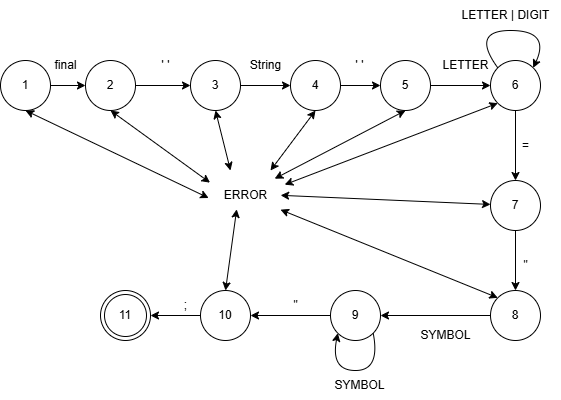
Vikoops/NewCompiler keeps this draw.io diagram as NewCompiler/Resources/Граф.drawio .png. Above is the earlier version. Source tidied: cells renumbered, new cells last; positions are measured from the earlier drawing's top-left corner, leaving out a move shared by most shapes. The source it was exported from:
```xml
<mxGraphModel>
  <root>
    <mxCell id="0" />
    <mxCell id="1" parent="0" />
    <mxCell id="2" style="edgeStyle=orthogonalEdgeStyle;rounded=0;jettySize=auto;html=1;exitX=1;exitY=0.5;exitDx=0;exitDy=0;entryX=0;entryY=0.5;entryDx=0;entryDy=0;" parent="1" edge="1" source="3" target="5">
      <mxGeometry relative="1" as="geometry" />
    </mxCell>
    <mxCell id="3" value="1" style="ellipse;whiteSpace=wrap;html=1;" parent="1" vertex="1">
      <mxGeometry y="60" width="50" height="50" as="geometry" />
    </mxCell>
    <mxCell id="4" style="edgeStyle=orthogonalEdgeStyle;rounded=0;jettySize=auto;html=1;exitX=1;exitY=0.5;exitDx=0;exitDy=0;entryX=0;entryY=0.5;entryDx=0;entryDy=0;" parent="1" edge="1" source="5" target="7">
      <mxGeometry relative="1" as="geometry" />
    </mxCell>
    <mxCell id="5" value="2" style="ellipse;whiteSpace=wrap;html=1;" parent="1" vertex="1">
      <mxGeometry x="85" y="60" width="50" height="50" as="geometry" />
    </mxCell>
    <mxCell id="6" style="edgeStyle=orthogonalEdgeStyle;rounded=0;jettySize=auto;html=1;exitX=1;exitY=0.5;exitDx=0;exitDy=0;entryX=0;entryY=0.5;entryDx=0;entryDy=0;" parent="1" edge="1" source="7" target="9">
      <mxGeometry relative="1" as="geometry" />
    </mxCell>
    <mxCell id="7" value="3" style="ellipse;whiteSpace=wrap;html=1;" parent="1" vertex="1">
      <mxGeometry x="190" y="60" width="50" height="50" as="geometry" />
    </mxCell>
    <mxCell id="8" style="edgeStyle=orthogonalEdgeStyle;rounded=0;jettySize=auto;html=1;exitX=1;exitY=0.5;exitDx=0;exitDy=0;entryX=0;entryY=0.5;entryDx=0;entryDy=0;" parent="1" edge="1" source="9" target="11">
      <mxGeometry relative="1" as="geometry" />
    </mxCell>
    <mxCell id="9" value="4" style="ellipse;whiteSpace=wrap;html=1;" parent="1" vertex="1">
      <mxGeometry x="290" y="60" width="50" height="50" as="geometry" />
    </mxCell>
    <mxCell id="10" style="edgeStyle=orthogonalEdgeStyle;rounded=0;jettySize=auto;html=1;exitX=1;exitY=0.5;exitDx=0;exitDy=0;entryX=0;entryY=0.5;entryDx=0;entryDy=0;" parent="1" edge="1" source="11" target="13">
      <mxGeometry relative="1" as="geometry" />
    </mxCell>
    <mxCell id="11" value="5" style="ellipse;whiteSpace=wrap;html=1;" parent="1" vertex="1">
      <mxGeometry x="380" y="60" width="50" height="50" as="geometry" />
    </mxCell>
    <mxCell id="12" style="edgeStyle=orthogonalEdgeStyle;rounded=0;jettySize=auto;html=1;exitX=0.5;exitY=1;exitDx=0;exitDy=0;entryX=0.5;entryY=0;entryDx=0;entryDy=0;" parent="1" edge="1" source="13" target="15">
      <mxGeometry relative="1" as="geometry" />
    </mxCell>
    <mxCell id="13" value="6" style="ellipse;whiteSpace=wrap;html=1;" parent="1" vertex="1">
      <mxGeometry x="490" y="60" width="50" height="50" as="geometry" />
    </mxCell>
    <mxCell id="14" style="edgeStyle=orthogonalEdgeStyle;rounded=0;jettySize=auto;html=1;exitX=0.5;exitY=1;exitDx=0;exitDy=0;" parent="1" edge="1" source="15" target="17">
      <mxGeometry relative="1" as="geometry" />
    </mxCell>
    <mxCell id="15" value="7" style="ellipse;whiteSpace=wrap;html=1;" parent="1" vertex="1">
      <mxGeometry x="490" y="180" width="50" height="50" as="geometry" />
    </mxCell>
    <mxCell id="16" style="edgeStyle=orthogonalEdgeStyle;rounded=0;jettySize=auto;html=1;exitX=0;exitY=0.5;exitDx=0;exitDy=0;entryX=1;entryY=0.5;entryDx=0;entryDy=0;" parent="1" edge="1" source="17" target="19">
      <mxGeometry relative="1" as="geometry" />
    </mxCell>
    <mxCell id="17" value="8" style="ellipse;whiteSpace=wrap;html=1;" parent="1" vertex="1">
      <mxGeometry x="490" y="290" width="50" height="50" as="geometry" />
    </mxCell>
    <mxCell id="18" style="edgeStyle=orthogonalEdgeStyle;rounded=0;jettySize=auto;html=1;exitX=0;exitY=0.5;exitDx=0;exitDy=0;entryX=1;entryY=0.5;entryDx=0;entryDy=0;" parent="1" edge="1" source="19" target="21">
      <mxGeometry relative="1" as="geometry" />
    </mxCell>
    <mxCell id="19" value="9" style="ellipse;whiteSpace=wrap;html=1;" parent="1" vertex="1">
      <mxGeometry x="330" y="290" width="50" height="50" as="geometry" />
    </mxCell>
    <mxCell id="20" style="edgeStyle=orthogonalEdgeStyle;rounded=0;jettySize=auto;html=1;exitX=0;exitY=0.5;exitDx=0;exitDy=0;entryX=1;entryY=0.5;entryDx=0;entryDy=0;" parent="1" edge="1" source="21" target="22">
      <mxGeometry relative="1" as="geometry" />
    </mxCell>
    <mxCell id="21" value="10" style="ellipse;whiteSpace=wrap;html=1;" parent="1" vertex="1">
      <mxGeometry x="200" y="290" width="50" height="50" as="geometry" />
    </mxCell>
    <mxCell id="22" value="11" style="ellipse;shape=doubleEllipse;whiteSpace=wrap;html=1;" parent="1" vertex="1">
      <mxGeometry x="100" y="290" width="50" height="50" as="geometry" />
    </mxCell>
    <mxCell id="23" value="ERROR" style="text;html=1;align=center;verticalAlign=middle;points=[];strokeColor=none;fillColor=none;" parent="1" vertex="1">
      <mxGeometry x="210" y="180" width="70" height="30" as="geometry" />
    </mxCell>
    <mxCell id="24" value="final" style="text;html=1;align=center;verticalAlign=middle;strokeColor=none;fillColor=none;" parent="1" vertex="1">
      <mxGeometry x="40" y="50" width="50" height="30" as="geometry" />
    </mxCell>
    <mxCell id="25" value="String" style="text;html=1;align=center;verticalAlign=middle;strokeColor=none;fillColor=none;" parent="1" vertex="1">
      <mxGeometry x="240" y="50" width="50" height="30" as="geometry" />
    </mxCell>
    <mxCell id="26" value="LETTER" style="text;html=1;align=center;verticalAlign=middle;strokeColor=none;fillColor=none;" parent="1" vertex="1">
      <mxGeometry x="430" y="50" width="70" height="30" as="geometry" />
    </mxCell>
    <mxCell id="27" style="curved=1;endArrow=classic;html=1;rounded=0;exitX=0;exitY=0;exitDx=0;exitDy=0;entryX=1;entryY=0;entryDx=0;entryDy=0;" parent="1" edge="1" source="13" target="13">
      <mxGeometry relative="1" as="geometry">
        <Array as="points">
          <mxPoint x="470" y="30" />
          <mxPoint x="550" y="30" />
        </Array>
      </mxGeometry>
    </mxCell>
    <mxCell id="28" value="LETTER | DIGIT" style="text;html=1;align=center;verticalAlign=middle;strokeColor=none;fillColor=none;" parent="1" vertex="1">
      <mxGeometry x="450" width="110" height="30" as="geometry" />
    </mxCell>
    <mxCell id="29" value="&quot;" style="text;html=1;align=center;verticalAlign=middle;strokeColor=none;fillColor=none;" parent="1" vertex="1">
      <mxGeometry x="510" y="250" width="30" height="30" as="geometry" />
    </mxCell>
    <mxCell id="30" value="&quot;" style="text;html=1;align=center;verticalAlign=middle;strokeColor=none;fillColor=none;" parent="1" vertex="1">
      <mxGeometry x="280" y="290" width="30" height="30" as="geometry" />
    </mxCell>
    <mxCell id="31" value="=" style="text;html=1;align=center;verticalAlign=middle;strokeColor=none;fillColor=none;" parent="1" vertex="1">
      <mxGeometry x="510" y="130" width="30" height="30" as="geometry" />
    </mxCell>
    <mxCell id="32" style="curved=1;endArrow=classic;html=1;rounded=0;entryX=0;entryY=1;entryDx=0;entryDy=0;exitX=1;exitY=1;exitDx=0;exitDy=0;" parent="1" edge="1" source="19" target="19">
      <mxGeometry relative="1" as="geometry">
        <Array as="points">
          <mxPoint x="380" y="370" />
          <mxPoint x="330" y="370" />
        </Array>
      </mxGeometry>
    </mxCell>
    <mxCell id="33" value="SYMBOL" style="text;html=1;align=center;verticalAlign=middle;strokeColor=none;fillColor=none;" parent="1" vertex="1">
      <mxGeometry x="324" y="370" width="70" height="30" as="geometry" />
    </mxCell>
    <mxCell id="34" value="SYMBOL" style="text;html=1;align=center;verticalAlign=middle;strokeColor=none;fillColor=none;" parent="1" vertex="1">
      <mxGeometry x="410" y="320" width="70" height="30" as="geometry" />
    </mxCell>
    <mxCell id="35" value=";" style="text;html=1;align=center;verticalAlign=middle;strokeColor=none;fillColor=none;" parent="1" vertex="1">
      <mxGeometry x="170" y="290" width="30" height="30" as="geometry" />
    </mxCell>
    <mxCell id="36" value="' '" style="text;html=1;align=center;verticalAlign=middle;strokeColor=none;fillColor=none;" parent="1" vertex="1">
      <mxGeometry x="150" y="50" width="30" height="30" as="geometry" />
    </mxCell>
    <mxCell id="37" value="' '" style="text;html=1;align=center;verticalAlign=middle;strokeColor=none;fillColor=none;" parent="1" vertex="1">
      <mxGeometry x="344" y="50" width="30" height="30" as="geometry" />
    </mxCell>
    <mxCell id="38" style="endArrow=classic;startArrow=classic;html=1;rounded=0;exitX=0.5;exitY=1;exitDx=0;exitDy=0;entryX=-0.026;entryY=0.583;entryDx=0;entryDy=0;entryPerimeter=0;" parent="1" edge="1" source="3" target="23">
      <mxGeometry relative="1" as="geometry" />
    </mxCell>
    <mxCell id="39" style="endArrow=classic;startArrow=classic;html=1;rounded=0;exitX=0.5;exitY=1;exitDx=0;exitDy=0;entryX=-0.007;entryY=0.072;entryDx=0;entryDy=0;entryPerimeter=0;" parent="1" edge="1" source="5" target="23">
      <mxGeometry relative="1" as="geometry" />
    </mxCell>
    <mxCell id="40" style="endArrow=classic;startArrow=classic;html=1;rounded=0;exitX=0.5;exitY=1;exitDx=0;exitDy=0;" parent="1" edge="1" source="7">
      <mxGeometry relative="1" as="geometry">
        <mxPoint x="230" y="170" as="targetPoint" />
      </mxGeometry>
    </mxCell>
    <mxCell id="41" style="endArrow=classic;startArrow=classic;html=1;rounded=0;exitX=0.5;exitY=1;exitDx=0;exitDy=0;" parent="1" edge="1" source="9">
      <mxGeometry relative="1" as="geometry">
        <mxPoint x="270" y="170" as="targetPoint" />
      </mxGeometry>
    </mxCell>
    <mxCell id="42" style="endArrow=classic;startArrow=classic;html=1;rounded=0;exitX=0.5;exitY=1;exitDx=0;exitDy=0;entryX=0.917;entryY=-0.061;entryDx=0;entryDy=0;entryPerimeter=0;" parent="1" edge="1" source="11" target="23">
      <mxGeometry relative="1" as="geometry" />
    </mxCell>
    <mxCell id="43" style="endArrow=classic;startArrow=classic;html=1;rounded=0;entryX=1.06;entryY=0.139;entryDx=0;entryDy=0;entryPerimeter=0;exitX=0;exitY=1;exitDx=0;exitDy=0;" parent="1" edge="1" source="13" target="23">
      <mxGeometry relative="1" as="geometry" />
    </mxCell>
    <mxCell id="44" style="endArrow=classic;startArrow=classic;html=1;rounded=0;exitX=1.002;exitY=0.494;exitDx=0;exitDy=0;exitPerimeter=0;" parent="1" edge="1" source="23" target="15">
      <mxGeometry relative="1" as="geometry" />
    </mxCell>
    <mxCell id="45" style="endArrow=classic;startArrow=classic;html=1;rounded=0;entryX=0;entryY=0;entryDx=0;entryDy=0;" parent="1" edge="1" source="23" target="17">
      <mxGeometry relative="1" as="geometry" />
    </mxCell>
    <mxCell id="46" style="endArrow=classic;startArrow=classic;html=1;rounded=0;exitX=0.374;exitY=0.961;exitDx=0;exitDy=0;entryX=0.5;entryY=0;entryDx=0;entryDy=0;exitPerimeter=0;" parent="1" edge="1" source="23" target="21">
      <mxGeometry relative="1" as="geometry" />
    </mxCell>
  </root>
</mxGraphModel>
```
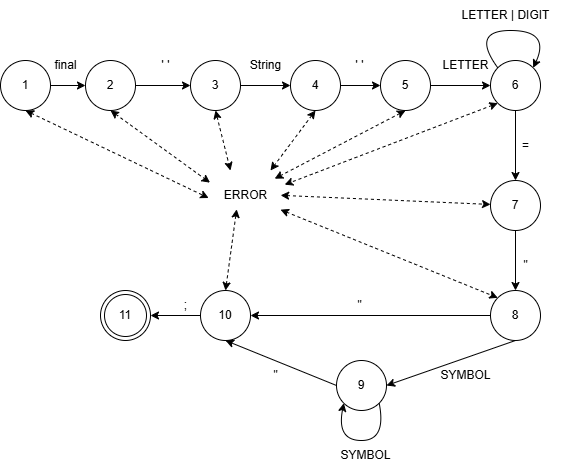
The same file after the commit.

What changed in the source:
```diff
@@ -44,17 +44,14 @@
     <mxCell id="15" value="7" style="ellipse;whiteSpace=wrap;html=1;" parent="1" vertex="1">
       <mxGeometry x="490" y="180" width="50" height="50" as="geometry" />
     </mxCell>
-    <mxCell id="16" style="edgeStyle=orthogonalEdgeStyle;rounded=0;jettySize=auto;html=1;exitX=0;exitY=0.5;exitDx=0;exitDy=0;entryX=1;entryY=0.5;entryDx=0;entryDy=0;" parent="1" edge="1" source="17" target="19">
-      <mxGeometry relative="1" as="geometry" />
-    </mxCell>
     <mxCell id="17" value="8" style="ellipse;whiteSpace=wrap;html=1;" parent="1" vertex="1">
       <mxGeometry x="490" y="290" width="50" height="50" as="geometry" />
     </mxCell>
-    <mxCell id="18" style="edgeStyle=orthogonalEdgeStyle;rounded=0;jettySize=auto;html=1;exitX=0;exitY=0.5;exitDx=0;exitDy=0;entryX=1;entryY=0.5;entryDx=0;entryDy=0;" parent="1" edge="1" source="19" target="21">
+    <mxCell id="18" style="edgeStyle=orthogonalEdgeStyle;rounded=0;jettySize=auto;html=1;exitX=0;exitY=0.5;exitDx=0;exitDy=0;entryX=1;entryY=0.5;entryDx=0;entryDy=0;" parent="1" edge="1" source="17" target="21">
       <mxGeometry relative="1" as="geometry" />
     </mxCell>
     <mxCell id="19" value="9" style="ellipse;whiteSpace=wrap;html=1;" parent="1" vertex="1">
-      <mxGeometry x="330" y="290" width="50" height="50" as="geometry" />
+      <mxGeometry x="336" y="360" width="50" height="50" as="geometry" />
     </mxCell>
     <mxCell id="20" style="edgeStyle=orthogonalEdgeStyle;rounded=0;jettySize=auto;html=1;exitX=0;exitY=0.5;exitDx=0;exitDy=0;entryX=1;entryY=0.5;entryDx=0;entryDy=0;" parent="1" edge="1" source="21" target="22">
       <mxGeometry relative="1" as="geometry" />
@@ -92,7 +89,7 @@
       <mxGeometry x="510" y="250" width="30" height="30" as="geometry" />
     </mxCell>
     <mxCell id="30" value="&quot;" style="text;html=1;align=center;verticalAlign=middle;strokeColor=none;fillColor=none;" parent="1" vertex="1">
-      <mxGeometry x="280" y="290" width="30" height="30" as="geometry" />
+      <mxGeometry x="344" y="290" width="30" height="30" as="geometry" />
     </mxCell>
     <mxCell id="31" value="=" style="text;html=1;align=center;verticalAlign=middle;strokeColor=none;fillColor=none;" parent="1" vertex="1">
       <mxGeometry x="510" y="130" width="30" height="30" as="geometry" />
@@ -100,16 +97,16 @@
     <mxCell id="32" style="curved=1;endArrow=classic;html=1;rounded=0;entryX=0;entryY=1;entryDx=0;entryDy=0;exitX=1;exitY=1;exitDx=0;exitDy=0;" parent="1" edge="1" source="19" target="19">
       <mxGeometry relative="1" as="geometry">
         <Array as="points">
-          <mxPoint x="380" y="370" />
-          <mxPoint x="330" y="370" />
+          <mxPoint x="386" y="440" />
+          <mxPoint x="336" y="440" />
         </Array>
       </mxGeometry>
     </mxCell>
     <mxCell id="33" value="SYMBOL" style="text;html=1;align=center;verticalAlign=middle;strokeColor=none;fillColor=none;" parent="1" vertex="1">
-      <mxGeometry x="324" y="370" width="70" height="30" as="geometry" />
+      <mxGeometry x="330" y="440" width="70" height="30" as="geometry" />
     </mxCell>
     <mxCell id="34" value="SYMBOL" style="text;html=1;align=center;verticalAlign=middle;strokeColor=none;fillColor=none;" parent="1" vertex="1">
-      <mxGeometry x="410" y="320" width="70" height="30" as="geometry" />
+      <mxGeometry x="430" y="360" width="70" height="30" as="geometry" />
     </mxCell>
     <mxCell id="35" value=";" style="text;html=1;align=center;verticalAlign=middle;strokeColor=none;fillColor=none;" parent="1" vertex="1">
       <mxGeometry x="170" y="290" width="30" height="30" as="geometry" />
@@ -120,36 +117,45 @@
     <mxCell id="37" value="' '" style="text;html=1;align=center;verticalAlign=middle;strokeColor=none;fillColor=none;" parent="1" vertex="1">
       <mxGeometry x="344" y="50" width="30" height="30" as="geometry" />
     </mxCell>
-    <mxCell id="38" style="endArrow=classic;startArrow=classic;html=1;rounded=0;exitX=0.5;exitY=1;exitDx=0;exitDy=0;entryX=-0.026;entryY=0.583;entryDx=0;entryDy=0;entryPerimeter=0;" parent="1" edge="1" source="3" target="23">
+    <mxCell id="38" style="endArrow=classic;startArrow=classic;html=1;rounded=0;exitX=0.5;exitY=1;exitDx=0;exitDy=0;entryX=-0.026;entryY=0.583;entryDx=0;entryDy=0;entryPerimeter=0;dashed=1;" parent="1" edge="1" source="3" target="23">
       <mxGeometry relative="1" as="geometry" />
     </mxCell>
-    <mxCell id="39" style="endArrow=classic;startArrow=classic;html=1;rounded=0;exitX=0.5;exitY=1;exitDx=0;exitDy=0;entryX=-0.007;entryY=0.072;entryDx=0;entryDy=0;entryPerimeter=0;" parent="1" edge="1" source="5" target="23">
+    <mxCell id="39" style="endArrow=classic;startArrow=classic;html=1;rounded=0;exitX=0.5;exitY=1;exitDx=0;exitDy=0;entryX=-0.007;entryY=0.072;entryDx=0;entryDy=0;entryPerimeter=0;dashed=1;" parent="1" edge="1" source="5" target="23">
       <mxGeometry relative="1" as="geometry" />
     </mxCell>
-    <mxCell id="40" style="endArrow=classic;startArrow=classic;html=1;rounded=0;exitX=0.5;exitY=1;exitDx=0;exitDy=0;" parent="1" edge="1" source="7">
+    <mxCell id="40" style="endArrow=classic;startArrow=classic;html=1;rounded=0;exitX=0.5;exitY=1;exitDx=0;exitDy=0;dashed=1;" parent="1" edge="1" source="7">
       <mxGeometry relative="1" as="geometry">
         <mxPoint x="230" y="170" as="targetPoint" />
       </mxGeometry>
     </mxCell>
-    <mxCell id="41" style="endArrow=classic;startArrow=classic;html=1;rounded=0;exitX=0.5;exitY=1;exitDx=0;exitDy=0;" parent="1" edge="1" source="9">
+    <mxCell id="41" style="endArrow=classic;startArrow=classic;html=1;rounded=0;exitX=0.5;exitY=1;exitDx=0;exitDy=0;dashed=1;" parent="1" edge="1" source="9">
       <mxGeometry relative="1" as="geometry">
         <mxPoint x="270" y="170" as="targetPoint" />
       </mxGeometry>
     </mxCell>
-    <mxCell id="42" style="endArrow=classic;startArrow=classic;html=1;rounded=0;exitX=0.5;exitY=1;exitDx=0;exitDy=0;entryX=0.917;entryY=-0.061;entryDx=0;entryDy=0;entryPerimeter=0;" parent="1" edge="1" source="11" target="23">
+    <mxCell id="42" style="endArrow=classic;startArrow=classic;html=1;rounded=0;exitX=0.5;exitY=1;exitDx=0;exitDy=0;entryX=0.917;entryY=-0.061;entryDx=0;entryDy=0;entryPerimeter=0;dashed=1;" parent="1" edge="1" source="11" target="23">
       <mxGeometry relative="1" as="geometry" />
     </mxCell>
-    <mxCell id="43" style="endArrow=classic;startArrow=classic;html=1;rounded=0;entryX=1.06;entryY=0.139;entryDx=0;entryDy=0;entryPerimeter=0;exitX=0;exitY=1;exitDx=0;exitDy=0;" parent="1" edge="1" source="13" target="23">
+    <mxCell id="43" style="endArrow=classic;startArrow=classic;html=1;rounded=0;entryX=1.06;entryY=0.139;entryDx=0;entryDy=0;entryPerimeter=0;exitX=0;exitY=1;exitDx=0;exitDy=0;dashed=1;" parent="1" edge="1" source="13" target="23">
       <mxGeometry relative="1" as="geometry" />
     </mxCell>
-    <mxCell id="44" style="endArrow=classic;startArrow=classic;html=1;rounded=0;exitX=1.002;exitY=0.494;exitDx=0;exitDy=0;exitPerimeter=0;" parent="1" edge="1" source="23" target="15">
+    <mxCell id="44" style="endArrow=classic;startArrow=classic;html=1;rounded=0;exitX=1.002;exitY=0.494;exitDx=0;exitDy=0;exitPerimeter=0;dashed=1;" parent="1" edge="1" source="23" target="15">
       <mxGeometry relative="1" as="geometry" />
     </mxCell>
-    <mxCell id="45" style="endArrow=classic;startArrow=classic;html=1;rounded=0;entryX=0;entryY=0;entryDx=0;entryDy=0;" parent="1" edge="1" source="23" target="17">
+    <mxCell id="45" style="endArrow=classic;startArrow=classic;html=1;rounded=0;entryX=0;entryY=0;entryDx=0;entryDy=0;dashed=1;" parent="1" edge="1" source="23" target="17">
       <mxGeometry relative="1" as="geometry" />
     </mxCell>
-    <mxCell id="46" style="endArrow=classic;startArrow=classic;html=1;rounded=0;exitX=0.374;exitY=0.961;exitDx=0;exitDy=0;entryX=0.5;entryY=0;entryDx=0;entryDy=0;exitPerimeter=0;" parent="1" edge="1" source="23" target="21">
+    <mxCell id="46" style="endArrow=classic;startArrow=classic;html=1;rounded=0;exitX=0.5;exitY=0;exitDx=0;exitDy=0;entryX=0.374;entryY=0.961;entryDx=0;entryDy=0;entryPerimeter=0;dashed=1;" parent="1" edge="1" source="21" target="23">
       <mxGeometry relative="1" as="geometry" />
     </mxCell>
+    <mxCell id="16" style="endArrow=classic;html=1;rounded=0;exitX=0.5;exitY=1;exitDx=0;exitDy=0;entryX=1;entryY=0.5;entryDx=0;entryDy=0;" parent="1" edge="1" source="17" target="19">
+      <mxGeometry relative="1" as="geometry" />
+    </mxCell>
+    <mxCell id="47" style="endArrow=classic;html=1;rounded=0;exitX=0;exitY=0.5;exitDx=0;exitDy=0;entryX=0.5;entryY=1;entryDx=0;entryDy=0;" parent="1" edge="1" source="19" target="21">
+      <mxGeometry relative="1" as="geometry" />
+    </mxCell>
+    <mxCell id="48" value="&quot;" style="text;html=1;align=center;verticalAlign=middle;strokeColor=none;fillColor=none;" parent="1" vertex="1">
+      <mxGeometry x="260" y="360" width="30" height="30" as="geometry" />
+    </mxCell>
   </root>
 </mxGraphModel>
```
